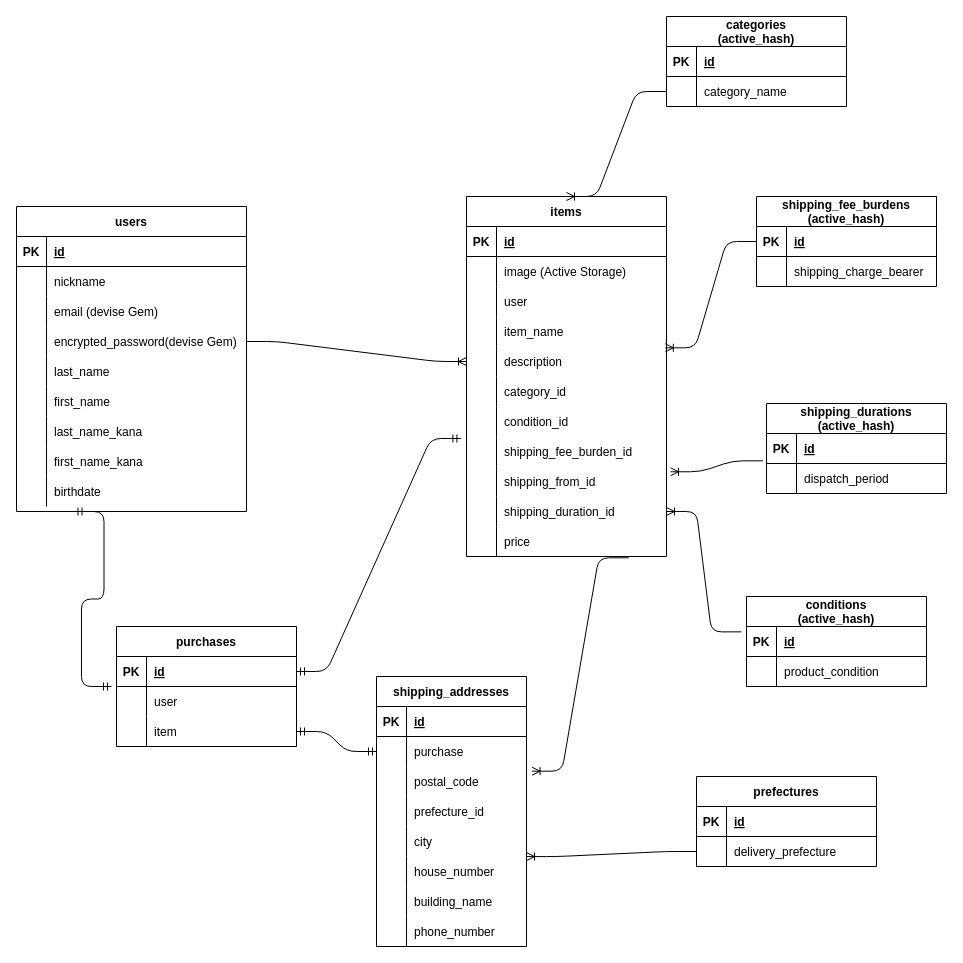
The draw.io diagram er.dio in sidrug21/furima-38607, before the edit. Source tidied: cells renumbered, new cells numbered last; positions are measured from the earlier drawing's top-left corner, leaving out a move shared by most shapes. Both pictures are drawn from the tidied source at 100%, with x=0, y=0 at pixel (16, 16).
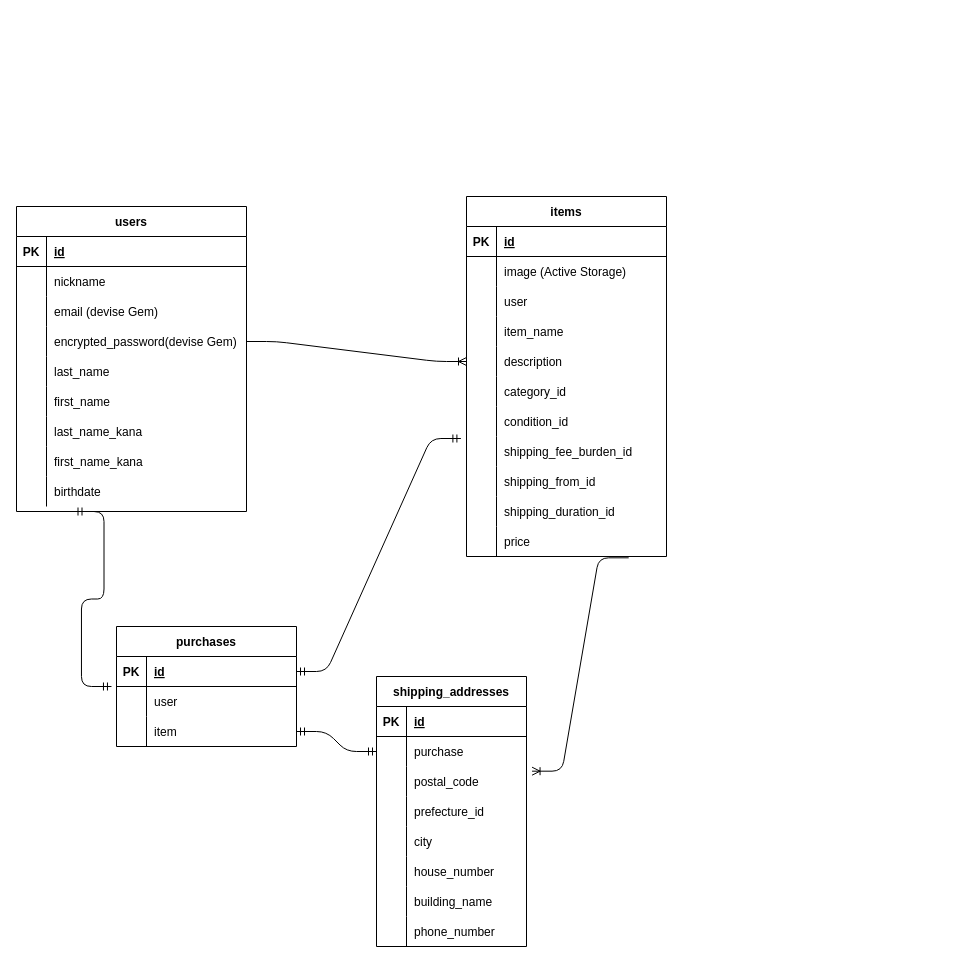
The same page after the edit.

Commit message:
データベース設計の修正_6

Unchanged cells that the change refers to:
```xml
<mxCell id="30" value="items" style="shape=table;startSize=30;childLayout=tableLayout;rowLines=0;fontStyle=1;align=center;fontColor=default;" parent="1" vertex="1">
  <mxGeometry x="450" y="180" width="200" height="360" as="geometry" />
</mxCell>
<mxCell id="43" style="shape=tableRow;horizontal=0;startSize=0;swimlaneHead=0;swimlaneBody=0;fillColor=none;points=[[0,0.5],[1,0.5]];portConstraint=eastwest;top=0;left=0;right=0;bottom=0;fontColor=default;" parent="30" vertex="1">
  <mxGeometry y="150" width="200" height="30" as="geometry" />
</mxCell>
<mxCell id="55" style="shape=tableRow;horizontal=0;startSize=0;swimlaneHead=0;swimlaneBody=0;fillColor=none;points=[[0,0.5],[1,0.5]];portConstraint=eastwest;top=0;left=0;right=0;bottom=0;fontColor=default;" parent="30" vertex="1">
  <mxGeometry y="270" width="200" height="30" as="geometry" />
</mxCell>
<mxCell id="58" style="shape=tableRow;horizontal=0;startSize=0;swimlaneHead=0;swimlaneBody=0;fillColor=none;points=[[0,0.5],[1,0.5]];portConstraint=eastwest;top=0;left=0;right=0;bottom=0;fontColor=default;" parent="30" vertex="1">
  <mxGeometry y="300" width="200" height="30" as="geometry" />
</mxCell>
<mxCell id="90" style="shape=tableRow;horizontal=0;startSize=0;swimlaneHead=0;swimlaneBody=0;fillColor=none;points=[[0,0.5],[1,0.5]];portConstraint=eastwest;top=0;left=0;right=0;bottom=0;fontColor=default;" parent="74" vertex="1">
  <mxGeometry y="180" width="150" height="30" as="geometry" />
</mxCell>
```

The edit, as a diff of the source:
```diff
@@
-    <mxCell id="101" value="categories&#10;(active_hash)" style="shape=table;startSize=30;childLayout=tableLayout;rowLines=0;fontStyle=1;align=center;fontColor=default;" parent="1" vertex="1">
-      <mxGeometry x="650" width="180" height="90" as="geometry" />
-    </mxCell>
-    <mxCell id="102" style="shape=tableRow;horizontal=0;startSize=0;swimlaneHead=0;swimlaneBody=0;fillColor=none;top=0;left=0;right=0;bottom=1;fontColor=default;" parent="101" vertex="1">
-      <mxGeometry y="30" width="180" height="30" as="geometry" />
-    </mxCell>
-    <mxCell id="103" value="PK" style="shape=partialRectangle;fillColor=none;top=0;left=0;bottom=0;right=0;fontStyle=1;overflow=hidden;fontColor=default;" parent="102" vertex="1">
-      <mxGeometry width="30" height="30" as="geometry" />
-    </mxCell>
-    <mxCell id="104" value="id" style="shape=partialRectangle;fillColor=none;top=0;left=0;bottom=0;right=0;align=left;spacingLeft=6;fontStyle=5;overflow=hidden;fontColor=default;" parent="102" vertex="1">
-      <mxGeometry x="30" width="150" height="30" as="geometry" />
-    </mxCell>
-    <mxCell id="105" style="shape=tableRow;horizontal=0;startSize=0;swimlaneHead=0;swimlaneBody=0;fillColor=none;points=[[0,0.5],[1,0.5]];portConstraint=eastwest;top=0;left=0;right=0;bottom=0;fontColor=default;" parent="101" vertex="1">
-      <mxGeometry y="60" width="180" height="30" as="geometry" />
-    </mxCell>
-    <mxCell id="106" style="shape=partialRectangle;fillColor=none;top=0;left=0;bottom=0;right=0;overflow=hidden;fontColor=default;" parent="105" vertex="1">
-      <mxGeometry width="30" height="30" as="geometry" />
-    </mxCell>
-    <mxCell id="107" value="category_name" style="shape=partialRectangle;fillColor=none;top=0;left=0;bottom=0;right=0;align=left;spacingLeft=6;overflow=hidden;fontColor=default;" parent="105" vertex="1">
-      <mxGeometry x="30" width="150" height="30" as="geometry" />
-    </mxCell>
-    <mxCell id="108" value="shipping_durations&#10;(active_hash)" style="shape=table;startSize=30;childLayout=tableLayout;rowLines=0;fontStyle=1;align=center;fontColor=default;" parent="1" vertex="1">
-      <mxGeometry x="750" y="387" width="180" height="90" as="geometry" />
-    </mxCell>
-    <mxCell id="109" style="shape=tableRow;horizontal=0;startSize=0;swimlaneHead=0;swimlaneBody=0;fillColor=none;points=[[0,0.5],[1,0.5]];portConstraint=eastwest;top=0;left=0;right=0;bottom=1;fontColor=default;" parent="108" vertex="1">
-      <mxGeometry y="30" width="180" height="30" as="geometry" />
-    </mxCell>
-    <mxCell id="110" value="PK" style="shape=partialRectangle;fillColor=none;top=0;left=0;bottom=0;right=0;fontStyle=1;overflow=hidden;fontColor=default;" parent="109" vertex="1">
-      <mxGeometry width="30" height="30" as="geometry" />
-    </mxCell>
-    <mxCell id="111" value="id" style="shape=partialRectangle;fillColor=none;top=0;left=0;bottom=0;right=0;align=left;spacingLeft=6;fontStyle=5;overflow=hidden;fontColor=default;" parent="109" vertex="1">
-      <mxGeometry x="30" width="150" height="30" as="geometry" />
-    </mxCell>
-    <mxCell id="112" style="shape=tableRow;horizontal=0;startSize=0;swimlaneHead=0;swimlaneBody=0;fillColor=none;top=0;left=0;right=0;bottom=0;fontColor=default;" parent="108" vertex="1">
-      <mxGeometry y="60" width="180" height="30" as="geometry" />
-    </mxCell>
-    <mxCell id="113" style="shape=partialRectangle;fillColor=none;top=0;left=0;bottom=0;right=0;overflow=hidden;fontColor=default;" parent="112" vertex="1">
-      <mxGeometry width="30" height="30" as="geometry" />
-    </mxCell>
-    <mxCell id="114" value="dispatch_period" style="shape=partialRectangle;fillColor=none;top=0;left=0;bottom=0;right=0;align=left;spacingLeft=6;overflow=hidden;fontColor=default;" parent="112" vertex="1">
-      <mxGeometry x="30" width="150" height="30" as="geometry" />
-    </mxCell>
-    <mxCell id="115" value="shipping_fee_burdens&#10;(active_hash)" style="shape=table;startSize=30;childLayout=tableLayout;rowLines=0;fontStyle=1;align=center;fontColor=default;" parent="1" vertex="1">
-      <mxGeometry x="740" y="180" width="180" height="90" as="geometry" />
-    </mxCell>
-    <mxCell id="116" style="shape=tableRow;horizontal=0;startSize=0;swimlaneHead=0;swimlaneBody=0;fillColor=none;points=[[0,0.5],[1,0.5]];portConstraint=eastwest;top=0;left=0;right=0;bottom=1;fontColor=default;" parent="115" vertex="1">
-      <mxGeometry y="30" width="180" height="30" as="geometry" />
-    </mxCell>
-    <mxCell id="117" value="PK" style="shape=partialRectangle;fillColor=none;top=0;left=0;bottom=0;right=0;fontStyle=1;overflow=hidden;fontColor=default;" parent="116" vertex="1">
-      <mxGeometry width="30" height="30" as="geometry" />
-    </mxCell>
-    <mxCell id="118" value="id" style="shape=partialRectangle;fillColor=none;top=0;left=0;bottom=0;right=0;align=left;spacingLeft=6;fontStyle=5;overflow=hidden;fontColor=default;" parent="116" vertex="1">
-      <mxGeometry x="30" width="150" height="30" as="geometry" />
-    </mxCell>
-    <mxCell id="119" style="shape=tableRow;horizontal=0;startSize=0;swimlaneHead=0;swimlaneBody=0;fillColor=none;top=0;left=0;right=0;bottom=0;fontColor=default;" parent="115" vertex="1">
-      <mxGeometry y="60" width="180" height="30" as="geometry" />
-    </mxCell>
-    <mxCell id="120" style="shape=partialRectangle;fillColor=none;top=0;left=0;bottom=0;right=0;overflow=hidden;fontColor=default;" parent="119" vertex="1">
-      <mxGeometry width="30" height="30" as="geometry" />
-    </mxCell>
-    <mxCell id="121" value="shipping_charge_bearer" style="shape=partialRectangle;fillColor=none;top=0;left=0;bottom=0;right=0;align=left;spacingLeft=6;overflow=hidden;fontColor=default;" parent="119" vertex="1">
-      <mxGeometry x="30" width="150" height="30" as="geometry" />
-    </mxCell>
-    <mxCell id="122" value="conditions&#10;(active_hash)" style="shape=table;startSize=30;childLayout=tableLayout;rowLines=0;fontStyle=1;align=center;fontColor=default;" parent="1" vertex="1">
-      <mxGeometry x="730" y="580" width="180" height="90" as="geometry" />
-    </mxCell>
-    <mxCell id="123" style="shape=tableRow;horizontal=0;startSize=0;swimlaneHead=0;swimlaneBody=0;fillColor=none;points=[[0,0.5],[1,0.5]];portConstraint=eastwest;top=0;left=0;right=0;bottom=1;fontColor=default;" parent="122" vertex="1">
-      <mxGeometry y="30" width="180" height="30" as="geometry" />
-    </mxCell>
-    <mxCell id="124" value="PK" style="shape=partialRectangle;fillColor=none;top=0;left=0;bottom=0;right=0;fontStyle=1;overflow=hidden;fontColor=default;" parent="123" vertex="1">
-      <mxGeometry width="30" height="30" as="geometry" />
-    </mxCell>
-    <mxCell id="125" value="id" style="shape=partialRectangle;fillColor=none;top=0;left=0;bottom=0;right=0;align=left;spacingLeft=6;fontStyle=5;overflow=hidden;fontColor=default;" parent="123" vertex="1">
-      <mxGeometry x="30" width="150" height="30" as="geometry" />
-    </mxCell>
-    <mxCell id="126" style="shape=tableRow;horizontal=0;startSize=0;swimlaneHead=0;swimlaneBody=0;fillColor=none;top=0;left=0;right=0;bottom=0;fontColor=default;" parent="122" vertex="1">
-      <mxGeometry y="60" width="180" height="30" as="geometry" />
-    </mxCell>
-    <mxCell id="127" style="shape=partialRectangle;fillColor=none;top=0;left=0;bottom=0;right=0;overflow=hidden;fontColor=default;" parent="126" vertex="1">
-      <mxGeometry width="30" height="30" as="geometry" />
-    </mxCell>
-    <mxCell id="128" value="product_condition" style="shape=partialRectangle;fillColor=none;top=0;left=0;bottom=0;right=0;align=left;spacingLeft=6;overflow=hidden;fontColor=default;" parent="126" vertex="1">
-      <mxGeometry x="30" width="150" height="30" as="geometry" />
-    </mxCell>
@@
-    <mxCell id="132" value="prefectures" style="shape=table;startSize=30;childLayout=tableLayout;rowLines=0;fontStyle=1;align=center;fontColor=default;" parent="1" vertex="1">
-      <mxGeometry x="680" y="760" width="180" height="90" as="geometry" />
-    </mxCell>
-    <mxCell id="133" style="shape=tableRow;horizontal=0;startSize=0;swimlaneHead=0;swimlaneBody=0;fillColor=none;top=0;left=0;right=0;bottom=1;fontColor=default;" parent="132" vertex="1">
-      <mxGeometry y="30" width="180" height="30" as="geometry" />
-    </mxCell>
-    <mxCell id="134" value="PK" style="shape=partialRectangle;fillColor=none;top=0;left=0;bottom=0;right=0;fontStyle=1;overflow=hidden;fontColor=default;" parent="133" vertex="1">
-      <mxGeometry width="30" height="30" as="geometry" />
-    </mxCell>
-    <mxCell id="135" value="id" style="shape=partialRectangle;fillColor=none;top=0;left=0;bottom=0;right=0;align=left;spacingLeft=6;fontStyle=5;overflow=hidden;fontColor=default;" parent="133" vertex="1">
-      <mxGeometry x="30" width="150" height="30" as="geometry" />
-    </mxCell>
-    <mxCell id="136" style="shape=tableRow;horizontal=0;startSize=0;swimlaneHead=0;swimlaneBody=0;fillColor=none;points=[[0,0.5],[1,0.5]];portConstraint=eastwest;top=0;left=0;right=0;bottom=0;fontColor=default;" parent="132" vertex="1">
-      <mxGeometry y="60" width="180" height="30" as="geometry" />
-    </mxCell>
-    <mxCell id="137" style="shape=partialRectangle;fillColor=none;top=0;left=0;bottom=0;right=0;overflow=hidden;fontColor=default;" parent="136" vertex="1">
-      <mxGeometry width="30" height="30" as="geometry" />
-    </mxCell>
-    <mxCell id="138" value="delivery_prefecture" style="shape=partialRectangle;fillColor=none;top=0;left=0;bottom=0;right=0;align=left;spacingLeft=6;overflow=hidden;fontColor=default;" parent="136" vertex="1">
-      <mxGeometry x="30" width="150" height="30" as="geometry" />
-    </mxCell>
-    <mxCell id="139" style="edgeStyle=entityRelationEdgeStyle;fontSize=12;html=1;endArrow=ERoneToMany;fontColor=default;entryX=1;entryY=0.003;entryDx=0;entryDy=0;exitX=0;exitY=0.5;exitDx=0;exitDy=0;entryPerimeter=0;" parent="1" edge="1" source="136" target="90">
-      <mxGeometry relative="1" as="geometry" />
-    </mxCell>
-    <mxCell id="140" style="edgeStyle=entityRelationEdgeStyle;fontSize=12;html=1;endArrow=ERoneToMany;fontColor=default;entryX=1;entryY=0.5;entryDx=0;entryDy=0;exitX=-0.028;exitY=0.179;exitDx=0;exitDy=0;exitPerimeter=0;" parent="1" edge="1" source="123" target="58">
-      <mxGeometry relative="1" as="geometry" />
-    </mxCell>
-    <mxCell id="141" style="edgeStyle=entityRelationEdgeStyle;fontSize=12;html=1;endArrow=ERoneToMany;fontColor=default;exitX=-0.02;exitY=0.911;exitDx=0;exitDy=0;entryX=1.02;entryY=0.176;entryDx=0;entryDy=0;exitPerimeter=0;entryPerimeter=0;" parent="1" edge="1" source="109" target="55">
-      <mxGeometry relative="1" as="geometry" />
-    </mxCell>
-    <mxCell id="142" style="edgeStyle=entityRelationEdgeStyle;fontSize=12;html=1;endArrow=ERoneToMany;fontColor=default;entryX=0.994;entryY=0.044;entryDx=0;entryDy=0;exitX=0;exitY=0.5;exitDx=0;exitDy=0;entryPerimeter=0;" parent="1" edge="1" source="116" target="43">
-      <mxGeometry relative="1" as="geometry" />
-    </mxCell>
-    <mxCell id="143" style="edgeStyle=entityRelationEdgeStyle;fontSize=12;html=1;endArrow=ERoneToMany;fontColor=default;exitX=0;exitY=0.5;exitDx=0;exitDy=0;entryX=0.5;entryY=0;entryDx=0;entryDy=0;" parent="1" edge="1" source="105" target="30">
-      <mxGeometry relative="1" as="geometry" />
-    </mxCell>
```
